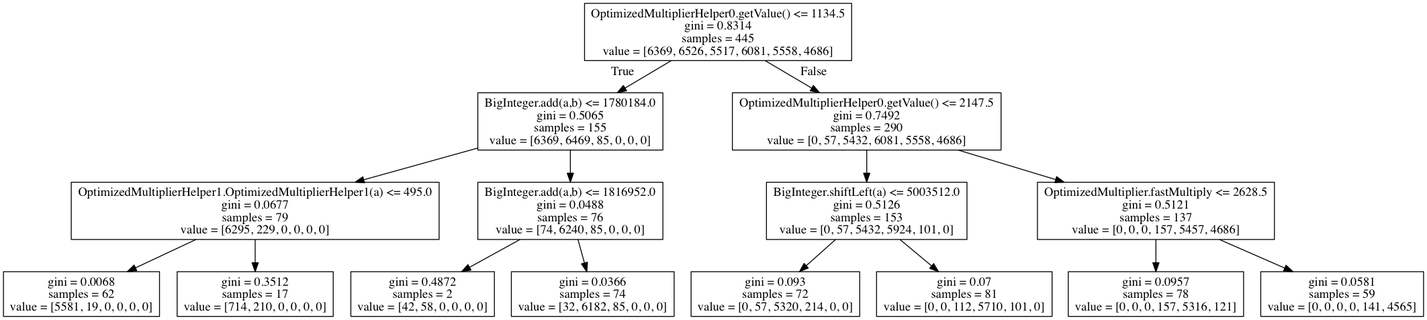
Before: Classification_results/cluster_result_data_gabfeed2_tree1.png, a diagram exported from Graphviz (cuplv/Discriminer). Its source is kept beside it as Classification_results/cluster_result_data_gabfeed2_tree1.dot. The source it was exported from:
```dot
digraph Tree {
node [shape=box] ;
0 [label="OptimizedMultiplierHelper0.getValue() <= 1134.5\ngini = 0.8314\nsamples = 445\nvalue = [6369, 6526, 5517, 6081, 5558, 4686]"] ;
1 [label="BigInteger.add(a,b) <= 1780184.0\ngini = 0.5065\nsamples = 155\nvalue = [6369, 6469, 85, 0, 0, 0]"] ;
0 -> 1 [labeldistance=2.5, labelangle=45, headlabel="True"] ;
2 [label="OptimizedMultiplierHelper1.OptimizedMultiplierHelper1(a) <= 495.0\ngini = 0.0677\nsamples = 79\nvalue = [6295, 229, 0, 0, 0, 0]"] ;
1 -> 2 ;
3 [label="gini = 0.0068\nsamples = 62\nvalue = [5581, 19, 0, 0, 0, 0]"] ;
2 -> 3 ;
4 [label="gini = 0.3512\nsamples = 17\nvalue = [714, 210, 0, 0, 0, 0]"] ;
2 -> 4 ;
5 [label="BigInteger.add(a,b) <= 1816952.0\ngini = 0.0488\nsamples = 76\nvalue = [74, 6240, 85, 0, 0, 0]"] ;
1 -> 5 ;
6 [label="gini = 0.4872\nsamples = 2\nvalue = [42, 58, 0, 0, 0, 0]"] ;
5 -> 6 ;
7 [label="gini = 0.0366\nsamples = 74\nvalue = [32, 6182, 85, 0, 0, 0]"] ;
5 -> 7 ;
8 [label="OptimizedMultiplierHelper0.getValue() <= 2147.5\ngini = 0.7492\nsamples = 290\nvalue = [0, 57, 5432, 6081, 5558, 4686]"] ;
0 -> 8 [labeldistance=2.5, labelangle=-45, headlabel="False"] ;
9 [label="BigInteger.shiftLeft(a) <= 5003512.0\ngini = 0.5126\nsamples = 153\nvalue = [0, 57, 5432, 5924, 101, 0]"] ;
8 -> 9 ;
10 [label="gini = 0.093\nsamples = 72\nvalue = [0, 57, 5320, 214, 0, 0]"] ;
9 -> 10 ;
11 [label="gini = 0.07\nsamples = 81\nvalue = [0, 0, 112, 5710, 101, 0]"] ;
9 -> 11 ;
12 [label="OptimizedMultiplier.fastMultiply <= 2628.5\ngini = 0.5121\nsamples = 137\nvalue = [0, 0, 0, 157, 5457, 4686]"] ;
8 -> 12 ;
13 [label="gini = 0.0957\nsamples = 78\nvalue = [0, 0, 0, 157, 5316, 121]"] ;
12 -> 13 ;
14 [label="gini = 0.0581\nsamples = 59\nvalue = [0, 0, 0, 0, 141, 4565]"] ;
12 -> 14 ;
}
```
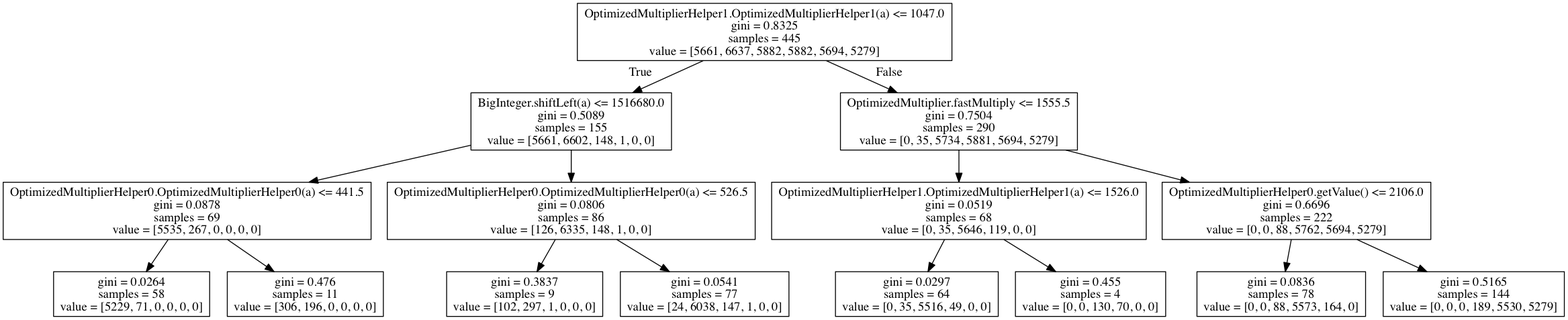
Above is the later version.

The edit, as a diff of the source:
```diff
@@ -1,32 +1,32 @@
 digraph Tree {
 node [shape=box] ;
-0 [label="OptimizedMultiplierHelper0.getValue() <= 1134.5\ngini = 0.8314\nsamples = 445\nvalue = [6369, 6526, 5517, 6081, 5558, 4686]"] ;
-1 [label="BigInteger.add(a,b) <= 1780184.0\ngini = 0.5065\nsamples = 155\nvalue = [6369, 6469, 85, 0, 0, 0]"] ;
+0 [label="OptimizedMultiplierHelper1.OptimizedMultiplierHelper1(a) <= 1047.0\ngini = 0.8325\nsamples = 445\nvalue = [5661, 6637, 5882, 5882, 5694, 5279]"] ;
+1 [label="BigInteger.shiftLeft(a) <= 1516680.0\ngini = 0.5089\nsamples = 155\nvalue = [5661, 6602, 148, 1, 0, 0]"] ;
 0 -> 1 [labeldistance=2.5, labelangle=45, headlabel="True"] ;
-2 [label="OptimizedMultiplierHelper1.OptimizedMultiplierHelper1(a) <= 495.0\ngini = 0.0677\nsamples = 79\nvalue = [6295, 229, 0, 0, 0, 0]"] ;
+2 [label="OptimizedMultiplierHelper0.OptimizedMultiplierHelper0(a) <= 441.5\ngini = 0.0878\nsamples = 69\nvalue = [5535, 267, 0, 0, 0, 0]"] ;
 1 -> 2 ;
-3 [label="gini = 0.0068\nsamples = 62\nvalue = [5581, 19, 0, 0, 0, 0]"] ;
+3 [label="gini = 0.0264\nsamples = 58\nvalue = [5229, 71, 0, 0, 0, 0]"] ;
 2 -> 3 ;
-4 [label="gini = 0.3512\nsamples = 17\nvalue = [714, 210, 0, 0, 0, 0]"] ;
+4 [label="gini = 0.476\nsamples = 11\nvalue = [306, 196, 0, 0, 0, 0]"] ;
 2 -> 4 ;
-5 [label="BigInteger.add(a,b) <= 1816952.0\ngini = 0.0488\nsamples = 76\nvalue = [74, 6240, 85, 0, 0, 0]"] ;
+5 [label="OptimizedMultiplierHelper0.OptimizedMultiplierHelper0(a) <= 526.5\ngini = 0.0806\nsamples = 86\nvalue = [126, 6335, 148, 1, 0, 0]"] ;
 1 -> 5 ;
-6 [label="gini = 0.4872\nsamples = 2\nvalue = [42, 58, 0, 0, 0, 0]"] ;
+6 [label="gini = 0.3837\nsamples = 9\nvalue = [102, 297, 1, 0, 0, 0]"] ;
 5 -> 6 ;
-7 [label="gini = 0.0366\nsamples = 74\nvalue = [32, 6182, 85, 0, 0, 0]"] ;
+7 [label="gini = 0.0541\nsamples = 77\nvalue = [24, 6038, 147, 1, 0, 0]"] ;
 5 -> 7 ;
-8 [label="OptimizedMultiplierHelper0.getValue() <= 2147.5\ngini = 0.7492\nsamples = 290\nvalue = [0, 57, 5432, 6081, 5558, 4686]"] ;
+8 [label="OptimizedMultiplier.fastMultiply <= 1555.5\ngini = 0.7504\nsamples = 290\nvalue = [0, 35, 5734, 5881, 5694, 5279]"] ;
 0 -> 8 [labeldistance=2.5, labelangle=-45, headlabel="False"] ;
-9 [label="BigInteger.shiftLeft(a) <= 5003512.0\ngini = 0.5126\nsamples = 153\nvalue = [0, 57, 5432, 5924, 101, 0]"] ;
+9 [label="OptimizedMultiplierHelper1.OptimizedMultiplierHelper1(a) <= 1526.0\ngini = 0.0519\nsamples = 68\nvalue = [0, 35, 5646, 119, 0, 0]"] ;
 8 -> 9 ;
-10 [label="gini = 0.093\nsamples = 72\nvalue = [0, 57, 5320, 214, 0, 0]"] ;
+10 [label="gini = 0.0297\nsamples = 64\nvalue = [0, 35, 5516, 49, 0, 0]"] ;
 9 -> 10 ;
-11 [label="gini = 0.07\nsamples = 81\nvalue = [0, 0, 112, 5710, 101, 0]"] ;
+11 [label="gini = 0.455\nsamples = 4\nvalue = [0, 0, 130, 70, 0, 0]"] ;
 9 -> 11 ;
-12 [label="OptimizedMultiplier.fastMultiply <= 2628.5\ngini = 0.5121\nsamples = 137\nvalue = [0, 0, 0, 157, 5457, 4686]"] ;
+12 [label="OptimizedMultiplierHelper0.getValue() <= 2106.0\ngini = 0.6696\nsamples = 222\nvalue = [0, 0, 88, 5762, 5694, 5279]"] ;
 8 -> 12 ;
-13 [label="gini = 0.0957\nsamples = 78\nvalue = [0, 0, 0, 157, 5316, 121]"] ;
+13 [label="gini = 0.0836\nsamples = 78\nvalue = [0, 0, 88, 5573, 164, 0]"] ;
 12 -> 13 ;
-14 [label="gini = 0.0581\nsamples = 59\nvalue = [0, 0, 0, 0, 141, 4565]"] ;
+14 [label="gini = 0.5165\nsamples = 144\nvalue = [0, 0, 0, 189, 5530, 5279]"] ;
 12 -> 14 ;
 }
```
